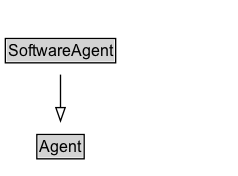
This is docs/diagrams/SoftwareAgent.dot.png from k-vaughn/ontology-import-prov, a Graphviz export, as it was before one commit. Its source is kept beside it as docs/diagrams/SoftwareAgent.dot. Its diagram source:
```dot
digraph {
	graph [overlap=false rankdir=TB splines=true]
	node [fontname=Arial fontsize=12 margin=0 shape=none]
	edge [fontname=Arial fontsize=11]
	SoftwareAgent [label=<<TABLE BORDER="1" CELLBORDER="0" CELLSPACING="0" CELLPADDING="1"><TR><TD BGCOLOR="lightgray" ALIGN="CENTER">SoftwareAgent</TD></TR></TABLE>> URL="../SoftwareAgent" margin=0]
	{
		rank=max
	}
	subgraph cluster_associated {
		label="" style=invis
		Invis [label=<<TABLE BORDER="0" CELLBORDER="0" CELLSPACING="0" CELLPADDING="1"><TR><TD></TD></TR></TABLE>> margin=0 style=invis]
	}
	Agent [label=<<TABLE BORDER="1" CELLBORDER="0" CELLSPACING="0" CELLPADDING="1"><TR><TD BGCOLOR="lightgray" ALIGN="CENTER">Agent</TD></TR></TABLE>> URL="../Agent" margin=0]
	SoftwareAgent -> Agent [arrowhead=onormal style=solid]
}
```
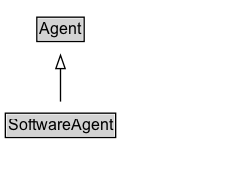
The same file after the commit.

Diff of the diagram source:
```diff
@@ -2,6 +2,10 @@
 	graph [overlap=false rankdir=TB splines=true]
 	node [fontname=Arial fontsize=12 margin=0 shape=none]
 	edge [fontname=Arial fontsize=11]
+	{
+		rank=source
+		Agent [label=<<TABLE BORDER="1" CELLBORDER="0" CELLSPACING="0" CELLPADDING="1"><TR><TD BGCOLOR="lightgray" ALIGN="CENTER">Agent</TD></TR></TABLE>> URL="../Agent" margin=0]
+	}
 	SoftwareAgent [label=<<TABLE BORDER="1" CELLBORDER="0" CELLSPACING="0" CELLPADDING="1"><TR><TD BGCOLOR="lightgray" ALIGN="CENTER">SoftwareAgent</TD></TR></TABLE>> URL="../SoftwareAgent" margin=0]
 	{
 		rank=max
@@ -10,6 +14,5 @@
 		label="" style=invis
 		Invis [label=<<TABLE BORDER="0" CELLBORDER="0" CELLSPACING="0" CELLPADDING="1"><TR><TD></TD></TR></TABLE>> margin=0 style=invis]
 	}
-	Agent [label=<<TABLE BORDER="1" CELLBORDER="0" CELLSPACING="0" CELLPADDING="1"><TR><TD BGCOLOR="lightgray" ALIGN="CENTER">Agent</TD></TR></TABLE>> URL="../Agent" margin=0]
 	SoftwareAgent -> Agent [arrowhead=onormal style=solid]
 }
```
